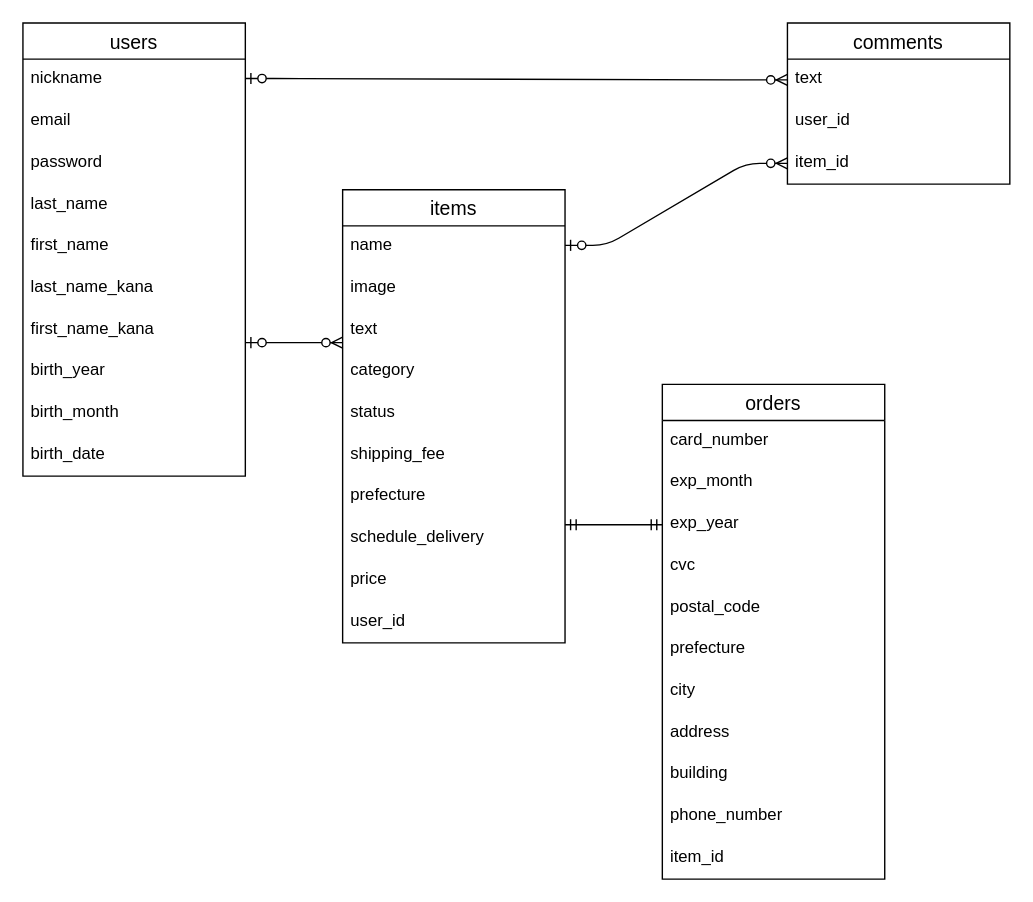
Earlier version of the draw.io diagram furima.dio (pii-programmer/furima-35568). Source tidied: cells renumbered, new cells numbered last; positions are measured from the earlier drawing's top-left corner, leaving out a move shared by most shapes. Both pictures are drawn from the tidied source at 139%, with x=0, y=0 at pixel (22, 22).
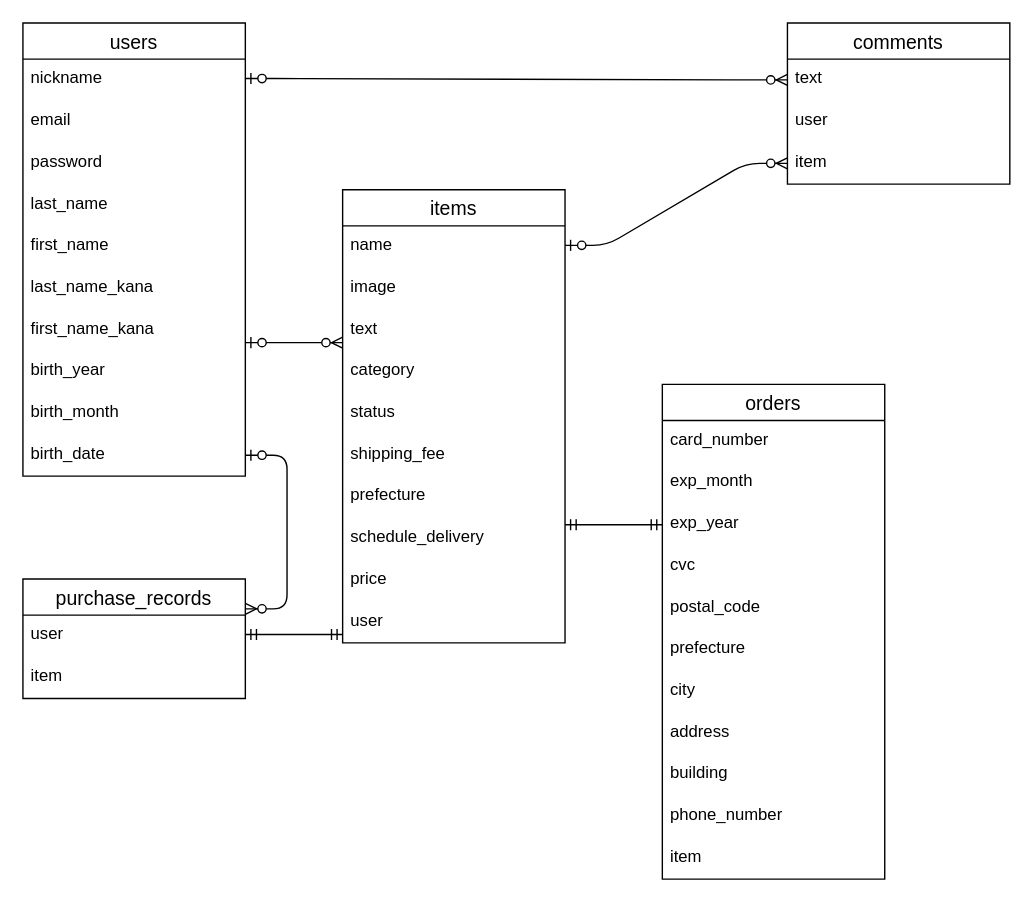
Above is the later version.

The change refers to these unchanged cells:
```xml
<mxCell id="12" value="birth_date" style="text;strokeColor=none;fillColor=none;spacingLeft=4;spacingRight=4;overflow=hidden;points=[[0,0.5],[1,0.5]];portConstraint=eastwest;fontSize=12;" parent="2" vertex="1">
  <mxGeometry y="296" width="160" height="30" as="geometry" />
</mxCell>
<mxCell id="13" value="items" style="swimlane;fontStyle=0;horizontal=1;startSize=26;align=center;fontSize=14;" parent="1" vertex="1">
  <mxGeometry x="230" y="120" width="160" height="326" as="geometry" />
</mxCell>
<mxCell id="24" value="orders" style="swimlane;fontStyle=0;horizontal=1;startSize=26;align=center;fontSize=14;" parent="1" vertex="1">
  <mxGeometry x="460" y="260" width="160" height="356" as="geometry" />
</mxCell>
<mxCell id="36" value="comments" style="swimlane;fontStyle=0;horizontal=1;startSize=26;align=center;fontSize=14;" parent="1" vertex="1">
  <mxGeometry x="550" width="160" height="116" as="geometry" />
</mxCell>
```

Change to the diagram source:
```diff
@@
-    <mxCell id="23" value="user_id" style="text;strokeColor=none;fillColor=none;spacingLeft=4;spacingRight=4;overflow=hidden;fontSize=12;" parent="13" vertex="1">
+    <mxCell id="23" value="user" style="text;strokeColor=none;fillColor=none;spacingLeft=4;spacingRight=4;overflow=hidden;fontSize=12;" parent="13" vertex="1">
       <mxGeometry y="296" width="160" height="30" as="geometry" />
     </mxCell>
@@
-    <mxCell id="35" value="item_id" style="text;strokeColor=none;fillColor=none;spacingLeft=4;spacingRight=4;overflow=hidden;fontSize=12;" parent="24" vertex="1">
+    <mxCell id="35" value="item" style="text;strokeColor=none;fillColor=none;spacingLeft=4;spacingRight=4;overflow=hidden;fontSize=12;" parent="24" vertex="1">
       <mxGeometry y="326" width="160" height="30" as="geometry" />
     </mxCell>
@@
-    <mxCell id="38" value="user_id" style="text;strokeColor=none;fillColor=none;spacingLeft=4;spacingRight=4;overflow=hidden;fontSize=12;" parent="36" vertex="1">
+    <mxCell id="38" value="user" style="text;strokeColor=none;fillColor=none;spacingLeft=4;spacingRight=4;overflow=hidden;fontSize=12;" parent="36" vertex="1">
       <mxGeometry y="56" width="160" height="30" as="geometry" />
     </mxCell>
-    <mxCell id="39" value="item_id" style="text;strokeColor=none;fillColor=none;spacingLeft=4;spacingRight=4;overflow=hidden;points=[[0,0.5],[1,0.5]];portConstraint=eastwest;fontSize=12;" parent="36" vertex="1">
+    <mxCell id="39" value="item" style="text;strokeColor=none;fillColor=none;spacingLeft=4;spacingRight=4;overflow=hidden;points=[[0,0.5],[1,0.5]];portConstraint=eastwest;fontSize=12;" parent="36" vertex="1">
       <mxGeometry y="86" width="160" height="30" as="geometry" />
     </mxCell>
@@
+    <mxCell id="44" value="purchase_records" style="swimlane;fontStyle=0;horizontal=1;startSize=26;align=center;fontSize=14;" parent="1" vertex="1">
+      <mxGeometry y="400" width="160" height="86" as="geometry" />
+    </mxCell>
+    <mxCell id="45" value="user" style="text;strokeColor=none;fillColor=none;spacingLeft=4;spacingRight=4;overflow=hidden;fontSize=12;" parent="44" vertex="1">
+      <mxGeometry y="26" width="160" height="30" as="geometry" />
+    </mxCell>
+    <mxCell id="46" value="item" style="text;strokeColor=none;fillColor=none;spacingLeft=4;spacingRight=4;overflow=hidden;fontSize=12;" parent="44" vertex="1">
+      <mxGeometry y="56" width="160" height="30" as="geometry" />
+    </mxCell>
+    <mxCell id="47" style="edgeStyle=entityRelationEdgeStyle;fontSize=12;html=1;endArrow=ERmandOne;startArrow=ERmandOne;entryX=0;entryY=0.5;entryDx=0;entryDy=0;" parent="1" edge="1">
+      <mxGeometry relative="1" as="geometry">
+        <mxPoint x="160" y="440" as="sourcePoint" />
+        <mxPoint x="230" y="440" as="targetPoint" />
+      </mxGeometry>
+    </mxCell>
+    <mxCell id="48" style="edgeStyle=entityRelationEdgeStyle;fontSize=12;html=1;endArrow=ERzeroToMany;startArrow=ERzeroToOne;exitX=1;exitY=0.5;exitDx=0;exitDy=0;entryX=1;entryY=0.25;entryDx=0;entryDy=0;" parent="1" edge="1" source="12" target="44">
+      <mxGeometry relative="1" as="geometry" />
+    </mxCell>
```
